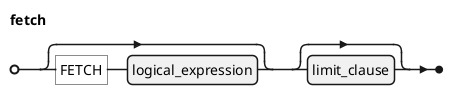
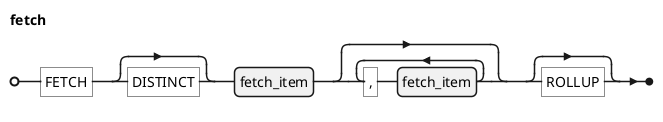
@startebnf
' border and background
skinparam legendBorderColor transparent
skinparam legendBackgroundColor white

'title select

- fetch = ["FETCH", logical_expression], [limit_clause]
+ fetch = "FETCH", ["DISTINCT"], fetch_item, {",", fetch_item}, ["ROLLUP"]
;

@endebnf
